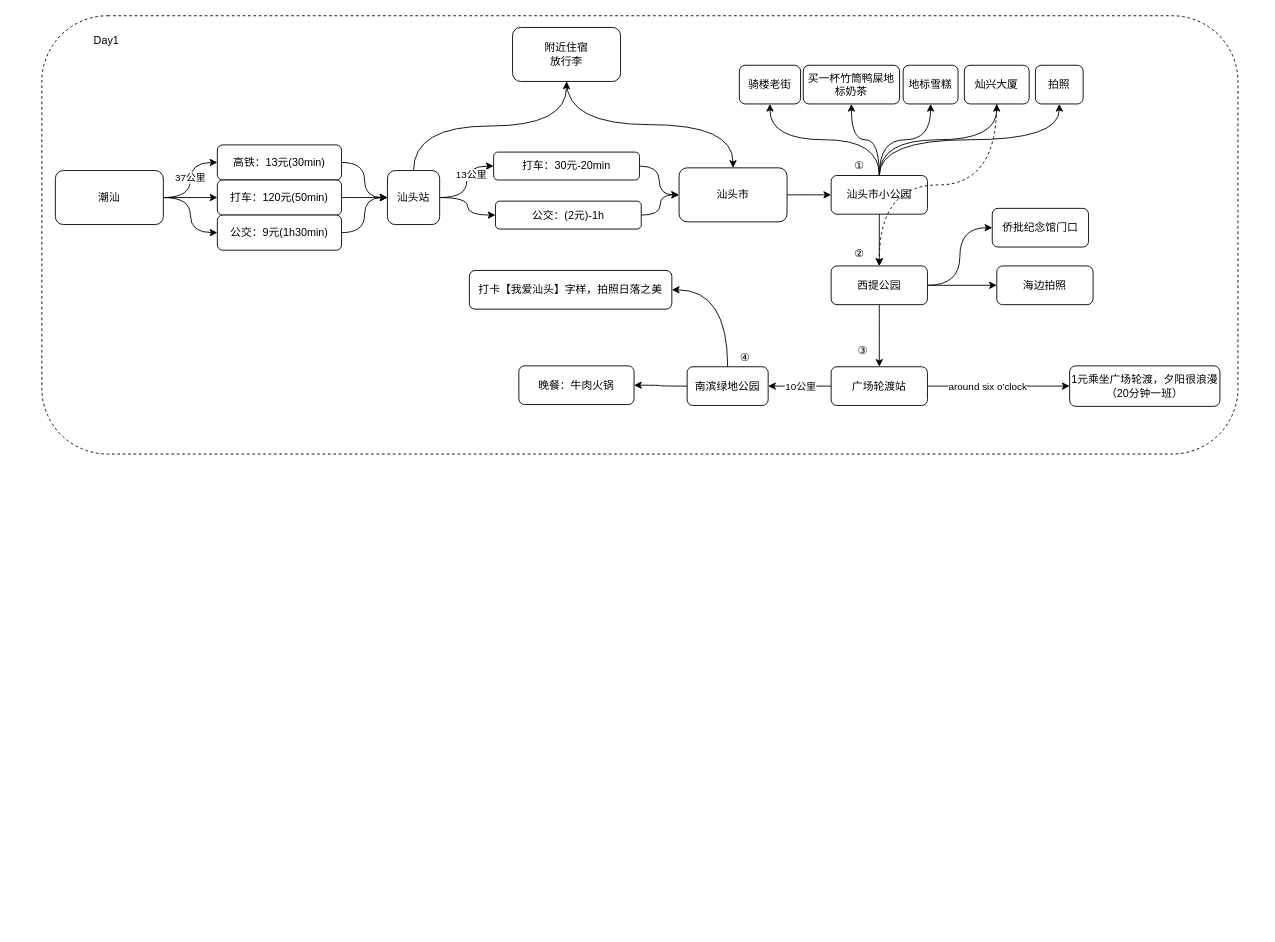
This is 旅游攻略.drawio from metashops/blog, a draw.io file, before an edit. Source tidied: cells renumbered, new cells numbered last; positions are measured from the earlier drawing's top-left corner, leaving out a move shared by most shapes. Both pictures are drawn from the tidied source at 90%, with x=0, y=0 at pixel (41, 15).
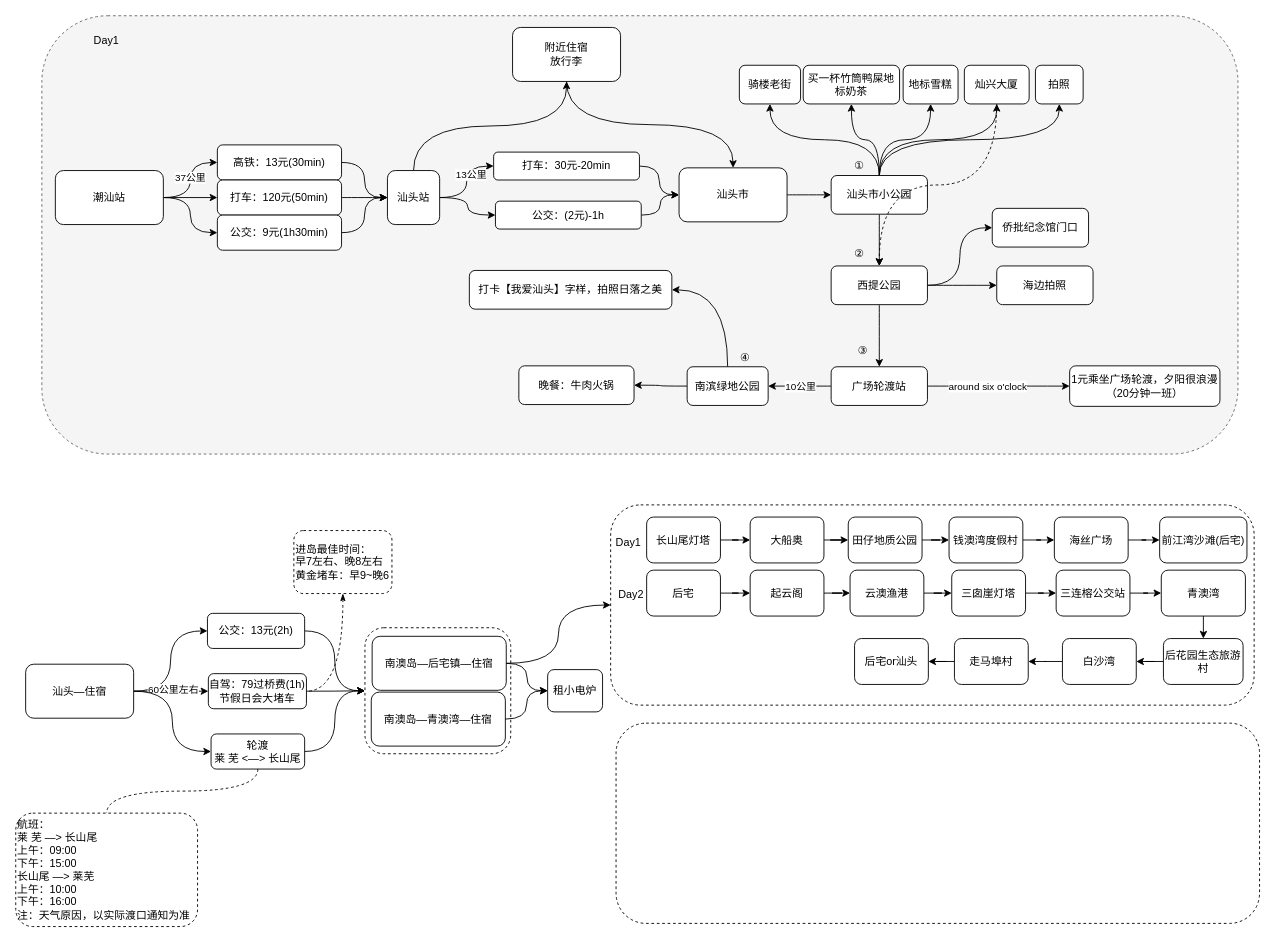
The same diagram, later.

Diff of the diagram source:
```diff
@@
+    <mxCell id="62" style="rounded=1;whiteSpace=wrap;html=1;dashed=1;" parent="1" vertex="1">
+      <mxGeometry x="632" y="543.5" width="715" height="222.5" as="geometry" />
+    </mxCell>
-    <mxCell id="2" style="rounded=1;whiteSpace=wrap;html=1;dashed=1;" parent="1" vertex="1">
+    <mxCell id="2" style="rounded=1;whiteSpace=wrap;html=1;dashed=1;fillColor=#f5f5f5;fontColor=#333333;strokeColor=#666666;" parent="1" vertex="1">
       <mxGeometry width="1329" height="487" as="geometry" />
     </mxCell>
@@
-    <mxCell id="12" value="潮汕" style="rounded=1;whiteSpace=wrap;html=1;" parent="1" vertex="1">
+    <mxCell id="12" value="潮汕站" style="rounded=1;whiteSpace=wrap;html=1;" parent="1" vertex="1">
       <mxGeometry x="15" y="172" width="120" height="60" as="geometry" />
     </mxCell>
@@
+    <mxCell id="63" style="edgeStyle=orthogonalEdgeStyle;rounded=0;jettySize=auto;html=1;entryX=0;entryY=0.5;entryDx=0;entryDy=0;curved=1;" parent="1" edge="1" source="67" target="69">
+      <mxGeometry relative="1" as="geometry" />
+    </mxCell>
+    <mxCell id="64" style="edgeStyle=orthogonalEdgeStyle;rounded=0;jettySize=auto;html=1;entryX=0;entryY=0.5;entryDx=0;entryDy=0;" parent="1" edge="1" source="67" target="71">
+      <mxGeometry relative="1" as="geometry" />
+    </mxCell>
+    <mxCell id="65" value="60公里左右" style="edgeLabel;html=1;align=center;verticalAlign=middle;" parent="64" vertex="1">
+      <mxGeometry x="0.03" y="3" relative="1" as="geometry">
+        <mxPoint y="1" as="offset" />
+      </mxGeometry>
+    </mxCell>
+    <mxCell id="66" style="edgeStyle=orthogonalEdgeStyle;rounded=0;jettySize=auto;html=1;entryX=0;entryY=0.5;entryDx=0;entryDy=0;curved=1;" parent="1" edge="1" source="67" target="74">
+      <mxGeometry relative="1" as="geometry" />
+    </mxCell>
+    <mxCell id="67" value="汕头—住宿" style="rounded=1;whiteSpace=wrap;html=1;" parent="1" vertex="1">
+      <mxGeometry x="-18" y="720.5" width="120" height="60" as="geometry" />
+    </mxCell>
+    <mxCell id="68" style="edgeStyle=orthogonalEdgeStyle;rounded=0;jettySize=auto;html=1;entryX=0;entryY=0.5;entryDx=0;entryDy=0;curved=1;" parent="1" edge="1" source="69" target="77">
+      <mxGeometry relative="1" as="geometry" />
+    </mxCell>
+    <mxCell id="69" value="公交：13元(2h)" style="rounded=1;whiteSpace=wrap;html=1;" parent="1" vertex="1">
+      <mxGeometry x="184" y="664" width="108" height="39" as="geometry" />
+    </mxCell>
+    <mxCell id="70" style="edgeStyle=orthogonalEdgeStyle;rounded=0;jettySize=auto;html=1;entryX=0;entryY=0.5;entryDx=0;entryDy=0;curved=1;" parent="1" edge="1" source="71" target="77">
+      <mxGeometry relative="1" as="geometry" />
+    </mxCell>
+    <mxCell id="71" value="自驾：79过桥费(1h)&lt;br&gt;节假日会大堵车" style="rounded=1;whiteSpace=wrap;html=1;" parent="1" vertex="1">
+      <mxGeometry x="185" y="731" width="109" height="39" as="geometry" />
+    </mxCell>
+    <mxCell id="72" style="edgeStyle=orthogonalEdgeStyle;rounded=0;jettySize=auto;html=1;entryX=0.5;entryY=0;entryDx=0;entryDy=0;exitX=0.5;exitY=1;exitDx=0;exitDy=0;curved=1;dashed=1;endArrow=none;endFill=0;" parent="1" edge="1" source="74" target="75">
+      <mxGeometry relative="1" as="geometry" />
+    </mxCell>
+    <mxCell id="73" style="edgeStyle=orthogonalEdgeStyle;rounded=0;jettySize=auto;html=1;entryX=0;entryY=0.5;entryDx=0;entryDy=0;curved=1;" parent="1" edge="1" source="74" target="77">
+      <mxGeometry relative="1" as="geometry" />
+    </mxCell>
+    <mxCell id="74" value="轮渡&lt;br&gt;莱 芜 &amp;lt;—&amp;gt; 长山尾" style="rounded=1;whiteSpace=wrap;html=1;" parent="1" vertex="1">
+      <mxGeometry x="188" y="798" width="104" height="39" as="geometry" />
+    </mxCell>
+    <mxCell id="75" value="航班：&lt;br&gt;莱 芜 —&amp;gt; 长山尾&lt;br&gt;上午：09:00&lt;br&gt;下午：15:00&lt;br&gt;长山尾 —&amp;gt; 莱芜&lt;br&gt;上午：10:00&lt;br style=&quot;border-color: var(--border-color);&quot;&gt;下午：16:00&lt;br&gt;注：天气原因，以实际渡口通知为准" style="rounded=1;whiteSpace=wrap;html=1;dashed=1;align=left;" parent="1" vertex="1">
+      <mxGeometry x="-29" y="886" width="202" height="126" as="geometry" />
+    </mxCell>
+    <mxCell id="76" style="group;dashed=1;" parent="1" vertex="1">
+      <mxGeometry x="359" y="680" width="162" height="140" as="geometry" />
+    </mxCell>
+    <mxCell id="77" style="rounded=1;whiteSpace=wrap;html=1;dashed=1;" parent="76" vertex="1">
+      <mxGeometry width="162" height="140" as="geometry" />
+    </mxCell>
+    <mxCell id="78" style="group;" parent="76" vertex="1">
+      <mxGeometry x="5" y="9.5" width="149" height="122" as="geometry" />
+    </mxCell>
+    <mxCell id="79" value="南澳岛—后宅镇—住宿" style="rounded=1;whiteSpace=wrap;html=1;" parent="78" vertex="1">
+      <mxGeometry x="3" width="149" height="60" as="geometry" />
+    </mxCell>
+    <mxCell id="80" value="南澳岛—青澳湾—住宿" style="rounded=1;whiteSpace=wrap;html=1;" parent="78" vertex="1">
+      <mxGeometry x="2" y="62" width="149" height="60" as="geometry" />
+    </mxCell>
+    <mxCell id="81" style="edgeStyle=orthogonalEdgeStyle;rounded=0;jettySize=auto;html=1;dashed=1;curved=1;startArrow=classicThin;startFill=1;endArrow=none;endFill=0;exitX=0.5;exitY=1;exitDx=0;exitDy=0;entryX=1;entryY=0.5;entryDx=0;entryDy=0;" parent="1" edge="1" source="82" target="71">
+      <mxGeometry relative="1" as="geometry" />
+    </mxCell>
+    <mxCell id="82" value="进岛最佳时间：&lt;br&gt;早7左右、晚8左右&lt;br&gt;黄金堵车：早9~晚6" style="rounded=1;whiteSpace=wrap;html=1;dashed=1;align=left;" parent="1" vertex="1">
+      <mxGeometry x="280" y="572" width="109" height="70" as="geometry" />
+    </mxCell>
+    <mxCell id="83" value="租小电炉" style="rounded=1;whiteSpace=wrap;html=1;" parent="1" vertex="1">
+      <mxGeometry x="562" y="726.5" width="61" height="47" as="geometry" />
+    </mxCell>
+    <mxCell id="84" style="edgeStyle=orthogonalEdgeStyle;rounded=0;jettySize=auto;html=1;entryX=0;entryY=0.5;entryDx=0;entryDy=0;curved=1;" parent="1" edge="1" source="80" target="83">
+      <mxGeometry relative="1" as="geometry" />
+    </mxCell>
+    <mxCell id="85" style="edgeStyle=orthogonalEdgeStyle;rounded=0;jettySize=auto;html=1;" parent="1" edge="1" source="86" target="90">
+      <mxGeometry relative="1" as="geometry" />
+    </mxCell>
+    <mxCell id="86" value="长山尾灯塔" style="rounded=1;whiteSpace=wrap;html=1;" parent="1" vertex="1">
+      <mxGeometry x="672" y="557" width="82" height="51" as="geometry" />
+    </mxCell>
+    <mxCell id="87" style="edgeStyle=orthogonalEdgeStyle;rounded=0;jettySize=auto;html=1;entryX=0;entryY=0.5;entryDx=0;entryDy=0;curved=1;" parent="1" edge="1" source="79" target="83">
+      <mxGeometry relative="1" as="geometry" />
+    </mxCell>
+    <mxCell id="88" style="edgeStyle=orthogonalEdgeStyle;rounded=0;jettySize=auto;html=1;entryX=0;entryY=0.5;entryDx=0;entryDy=0;curved=1;" parent="1" edge="1" source="79" target="62">
+      <mxGeometry relative="1" as="geometry" />
+    </mxCell>
+    <mxCell id="89" style="edgeStyle=orthogonalEdgeStyle;rounded=0;jettySize=auto;html=1;entryX=0;entryY=0.5;entryDx=0;entryDy=0;" parent="1" edge="1" source="90" target="92">
+      <mxGeometry relative="1" as="geometry" />
+    </mxCell>
+    <mxCell id="90" value="大船奥" style="rounded=1;whiteSpace=wrap;html=1;" parent="1" vertex="1">
+      <mxGeometry x="787" y="557" width="82" height="51" as="geometry" />
+    </mxCell>
+    <mxCell id="91" style="edgeStyle=orthogonalEdgeStyle;rounded=0;jettySize=auto;html=1;entryX=0;entryY=0.5;entryDx=0;entryDy=0;" parent="1" edge="1" source="92" target="94">
+      <mxGeometry relative="1" as="geometry" />
+    </mxCell>
+    <mxCell id="92" value="田仔地质公园" style="rounded=1;whiteSpace=wrap;html=1;" parent="1" vertex="1">
+      <mxGeometry x="896" y="557" width="82" height="51" as="geometry" />
+    </mxCell>
+    <mxCell id="93" style="edgeStyle=orthogonalEdgeStyle;rounded=0;jettySize=auto;html=1;entryX=0;entryY=0.5;entryDx=0;entryDy=0;" parent="1" edge="1" source="94" target="96">
+      <mxGeometry relative="1" as="geometry" />
+    </mxCell>
+    <mxCell id="94" value="钱澳湾度假村" style="rounded=1;whiteSpace=wrap;html=1;" parent="1" vertex="1">
+      <mxGeometry x="1008" y="557" width="82" height="51" as="geometry" />
+    </mxCell>
+    <mxCell id="95" style="edgeStyle=orthogonalEdgeStyle;rounded=0;jettySize=auto;html=1;entryX=0;entryY=0.5;entryDx=0;entryDy=0;" parent="1" edge="1" source="96" target="97">
+      <mxGeometry relative="1" as="geometry" />
+    </mxCell>
+    <mxCell id="96" value="海丝广场" style="rounded=1;whiteSpace=wrap;html=1;" parent="1" vertex="1">
+      <mxGeometry x="1125" y="557" width="82" height="51" as="geometry" />
+    </mxCell>
+    <mxCell id="97" value="前江湾沙滩(后宅)" style="rounded=1;whiteSpace=wrap;html=1;" parent="1" vertex="1">
+      <mxGeometry x="1242" y="557" width="97" height="51" as="geometry" />
+    </mxCell>
+    <mxCell id="98" value="Day1" style="text;html=1;strokeColor=none;fillColor=none;align=center;verticalAlign=middle;whiteSpace=wrap;rounded=0;" parent="1" vertex="1">
+      <mxGeometry x="635" y="571" width="34" height="30" as="geometry" />
+    </mxCell>
+    <mxCell id="99" style="edgeStyle=orthogonalEdgeStyle;rounded=0;jettySize=auto;html=1;entryX=0;entryY=0.5;entryDx=0;entryDy=0;" parent="1" edge="1" source="100" target="102">
+      <mxGeometry relative="1" as="geometry" />
+    </mxCell>
+    <mxCell id="100" value="后宅" style="rounded=1;whiteSpace=wrap;html=1;" parent="1" vertex="1">
+      <mxGeometry x="672" y="616" width="82" height="51" as="geometry" />
+    </mxCell>
+    <mxCell id="101" style="edgeStyle=orthogonalEdgeStyle;rounded=0;jettySize=auto;html=1;" parent="1" edge="1" source="102" target="104">
+      <mxGeometry relative="1" as="geometry" />
+    </mxCell>
+    <mxCell id="102" value="起云阁" style="rounded=1;whiteSpace=wrap;html=1;" parent="1" vertex="1">
+      <mxGeometry x="787" y="616" width="82" height="51" as="geometry" />
+    </mxCell>
+    <mxCell id="103" style="edgeStyle=orthogonalEdgeStyle;rounded=0;jettySize=auto;html=1;" parent="1" edge="1" source="104" target="106">
+      <mxGeometry relative="1" as="geometry" />
+    </mxCell>
+    <mxCell id="104" value="云澳渔港" style="rounded=1;whiteSpace=wrap;html=1;" parent="1" vertex="1">
+      <mxGeometry x="898" y="616" width="82" height="51" as="geometry" />
+    </mxCell>
+    <mxCell id="105" style="edgeStyle=orthogonalEdgeStyle;rounded=0;jettySize=auto;html=1;" parent="1" edge="1" source="106" target="108">
+      <mxGeometry relative="1" as="geometry" />
+    </mxCell>
+    <mxCell id="106" value="三囱崖灯塔" style="rounded=1;whiteSpace=wrap;html=1;" parent="1" vertex="1">
+      <mxGeometry x="1011" y="616" width="82" height="51" as="geometry" />
+    </mxCell>
+    <mxCell id="107" style="edgeStyle=orthogonalEdgeStyle;rounded=0;jettySize=auto;html=1;" parent="1" edge="1" source="108" target="110">
+      <mxGeometry relative="1" as="geometry" />
+    </mxCell>
+    <mxCell id="108" value="三连榕公交站" style="rounded=1;whiteSpace=wrap;html=1;" parent="1" vertex="1">
+      <mxGeometry x="1127" y="616" width="82" height="51" as="geometry" />
+    </mxCell>
+    <mxCell id="109" style="edgeStyle=orthogonalEdgeStyle;rounded=0;jettySize=auto;html=1;" parent="1" edge="1" source="110" target="112">
+      <mxGeometry relative="1" as="geometry" />
+    </mxCell>
+    <mxCell id="110" value="青澳湾" style="rounded=1;whiteSpace=wrap;html=1;" parent="1" vertex="1">
+      <mxGeometry x="1243.8" y="616" width="93.5" height="51" as="geometry" />
+    </mxCell>
+    <mxCell id="111" style="edgeStyle=orthogonalEdgeStyle;rounded=0;jettySize=auto;html=1;entryX=1;entryY=0.5;entryDx=0;entryDy=0;" parent="1" edge="1" source="112" target="114">
+      <mxGeometry relative="1" as="geometry" />
+    </mxCell>
+    <mxCell id="112" value="后花园生态旅游村" style="rounded=1;whiteSpace=wrap;html=1;" parent="1" vertex="1">
+      <mxGeometry x="1246.2" y="692" width="88.5" height="51" as="geometry" />
+    </mxCell>
+    <mxCell id="113" style="edgeStyle=orthogonalEdgeStyle;rounded=0;jettySize=auto;html=1;entryX=1;entryY=0.5;entryDx=0;entryDy=0;" parent="1" edge="1" source="114" target="116">
+      <mxGeometry relative="1" as="geometry" />
+    </mxCell>
+    <mxCell id="114" value="白沙湾" style="rounded=1;whiteSpace=wrap;html=1;" parent="1" vertex="1">
+      <mxGeometry x="1134" y="692" width="82" height="51" as="geometry" />
+    </mxCell>
+    <mxCell id="115" style="edgeStyle=orthogonalEdgeStyle;rounded=0;jettySize=auto;html=1;entryX=1;entryY=0.5;entryDx=0;entryDy=0;" parent="1" edge="1" source="116" target="117">
+      <mxGeometry relative="1" as="geometry" />
+    </mxCell>
+    <mxCell id="116" value="走马埠村" style="rounded=1;whiteSpace=wrap;html=1;" parent="1" vertex="1">
+      <mxGeometry x="1014" y="692" width="82" height="51" as="geometry" />
+    </mxCell>
+    <mxCell id="117" value="后宅or汕头" style="rounded=1;whiteSpace=wrap;html=1;" parent="1" vertex="1">
+      <mxGeometry x="903" y="692" width="82" height="51" as="geometry" />
+    </mxCell>
+    <mxCell id="118" value="Day2" style="text;html=1;strokeColor=none;fillColor=none;align=center;verticalAlign=middle;whiteSpace=wrap;rounded=0;" parent="1" vertex="1">
+      <mxGeometry x="638" y="628" width="34" height="30" as="geometry" />
+    </mxCell>
+    <mxCell id="119" style="rounded=1;whiteSpace=wrap;html=1;dashed=1;" parent="1" vertex="1">
+      <mxGeometry x="638" y="786" width="715" height="222.5" as="geometry" />
+    </mxCell>
```
